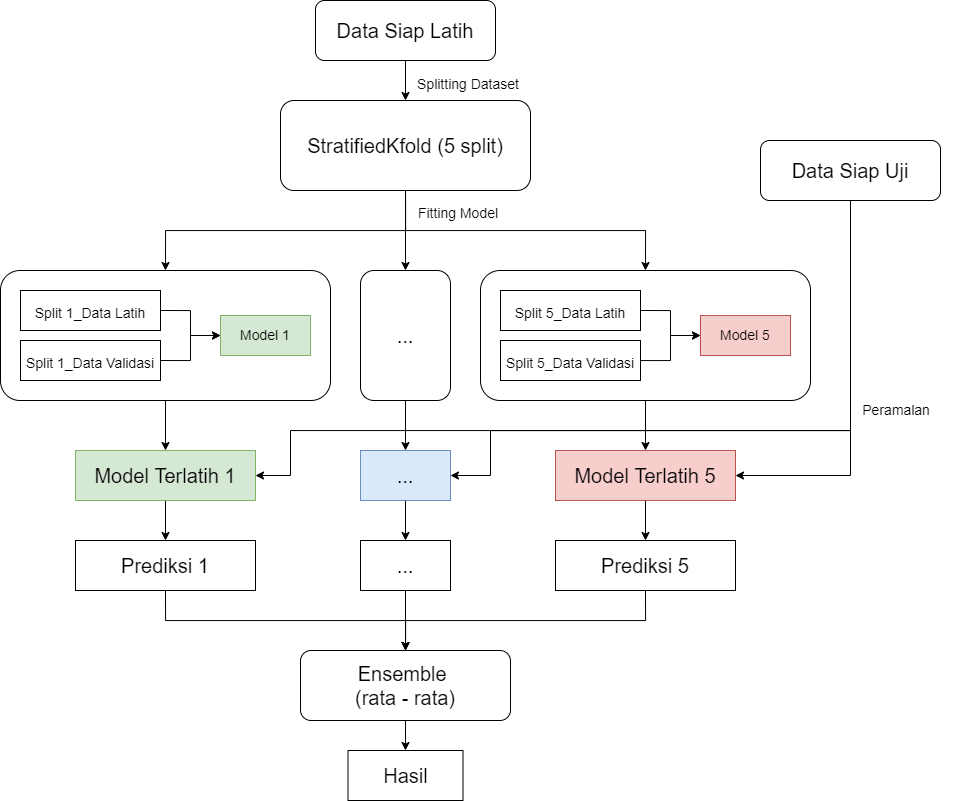
This is assets/modelling-gender.png from Hyuto/bdc-2021, a draw.io export, as it was before one commit. Source tidied: cells renumbered, new cells last; positions are measured from the earlier drawing's top-left corner, leaving out a move shared by most shapes. Its diagram source:
```xml
<mxGraphModel>
  <root>
    <mxCell id="0" />
    <mxCell id="1" parent="0" />
    <mxCell id="2" style="edgeStyle=orthogonalEdgeStyle;rounded=0;jettySize=auto;html=1;fontSize=14;" parent="1" edge="1" source="3" target="11">
      <mxGeometry relative="1" as="geometry" />
    </mxCell>
    <mxCell id="3" value="Data Siap Latih" style="rounded=1;whiteSpace=wrap;html=1;fontSize=20;" parent="1" vertex="1">
      <mxGeometry x="315" width="180" height="60" as="geometry" />
    </mxCell>
    <mxCell id="4" style="edgeStyle=orthogonalEdgeStyle;rounded=0;jettySize=auto;html=1;exitX=0.5;exitY=1;exitDx=0;exitDy=0;entryX=1;entryY=0.5;entryDx=0;entryDy=0;fontSize=20;" parent="1" edge="1" source="7" target="32">
      <mxGeometry relative="1" as="geometry" />
    </mxCell>
    <mxCell id="5" style="edgeStyle=orthogonalEdgeStyle;rounded=0;jettySize=auto;html=1;exitX=0.5;exitY=1;exitDx=0;exitDy=0;entryX=1;entryY=0.5;entryDx=0;entryDy=0;fontSize=20;" parent="1" edge="1" source="7" target="34">
      <mxGeometry relative="1" as="geometry">
        <Array as="points">
          <mxPoint x="850" y="430" />
          <mxPoint x="490" y="430" />
          <mxPoint x="490" y="475" />
        </Array>
      </mxGeometry>
    </mxCell>
    <mxCell id="6" style="edgeStyle=orthogonalEdgeStyle;rounded=0;jettySize=auto;html=1;exitX=0.5;exitY=1;exitDx=0;exitDy=0;entryX=1;entryY=0.5;entryDx=0;entryDy=0;fontSize=20;" parent="1" edge="1" source="7" target="30">
      <mxGeometry relative="1" as="geometry">
        <Array as="points">
          <mxPoint x="850" y="430" />
          <mxPoint x="290" y="430" />
          <mxPoint x="290" y="475" />
        </Array>
      </mxGeometry>
    </mxCell>
    <mxCell id="7" value="Data Siap Uji" style="rounded=1;whiteSpace=wrap;html=1;fontSize=20;" parent="1" vertex="1">
      <mxGeometry x="760" y="140" width="180" height="60" as="geometry" />
    </mxCell>
    <mxCell id="8" style="edgeStyle=orthogonalEdgeStyle;rounded=0;jettySize=auto;html=1;entryX=0.5;entryY=0;entryDx=0;entryDy=0;fontSize=14;" parent="1" edge="1" source="11" target="13">
      <mxGeometry relative="1" as="geometry" />
    </mxCell>
    <mxCell id="9" style="edgeStyle=orthogonalEdgeStyle;rounded=0;jettySize=auto;html=1;exitX=0.5;exitY=1;exitDx=0;exitDy=0;entryX=0.5;entryY=0;entryDx=0;entryDy=0;fontSize=14;" parent="1" edge="1" source="11" target="28">
      <mxGeometry relative="1" as="geometry" />
    </mxCell>
    <mxCell id="10" style="edgeStyle=orthogonalEdgeStyle;rounded=0;jettySize=auto;html=1;exitX=0.5;exitY=1;exitDx=0;exitDy=0;entryX=0.5;entryY=0;entryDx=0;entryDy=0;fontSize=14;" parent="1" edge="1" source="11" target="21">
      <mxGeometry relative="1" as="geometry" />
    </mxCell>
    <mxCell id="11" value="StratifiedKfold (5 split)" style="rounded=1;whiteSpace=wrap;html=1;fontSize=20;" parent="1" vertex="1">
      <mxGeometry x="280" y="100" width="250" height="90" as="geometry" />
    </mxCell>
    <mxCell id="12" style="edgeStyle=orthogonalEdgeStyle;rounded=0;jettySize=auto;html=1;exitX=0.5;exitY=1;exitDx=0;exitDy=0;entryX=0.5;entryY=0;entryDx=0;entryDy=0;fontSize=20;" parent="1" edge="1" source="13" target="30">
      <mxGeometry relative="1" as="geometry" />
    </mxCell>
    <mxCell id="13" style="rounded=1;whiteSpace=wrap;html=1;fontSize=20;" parent="1" vertex="1">
      <mxGeometry y="270" width="330" height="130" as="geometry" />
    </mxCell>
    <mxCell id="14" style="edgeStyle=orthogonalEdgeStyle;rounded=0;jettySize=auto;html=1;exitX=1;exitY=0.5;exitDx=0;exitDy=0;entryX=0;entryY=0.5;entryDx=0;entryDy=0;fontSize=14;" parent="1" edge="1" source="15" target="18">
      <mxGeometry relative="1" as="geometry" />
    </mxCell>
    <mxCell id="15" value="&lt;font style=&quot;font-size: 14px&quot;&gt;Split 1_Data Latih&lt;/font&gt;" style="rounded=0;whiteSpace=wrap;html=1;fontSize=20;align=center;" parent="1" vertex="1">
      <mxGeometry x="20" y="290" width="140" height="40" as="geometry" />
    </mxCell>
    <mxCell id="16" style="edgeStyle=orthogonalEdgeStyle;rounded=0;jettySize=auto;html=1;exitX=1;exitY=0.5;exitDx=0;exitDy=0;entryX=0;entryY=0.5;entryDx=0;entryDy=0;fontSize=14;" parent="1" edge="1" source="17" target="18">
      <mxGeometry relative="1" as="geometry" />
    </mxCell>
    <mxCell id="17" value="&lt;font style=&quot;font-size: 14px&quot;&gt;Split 1_Data Validasi&lt;/font&gt;" style="rounded=0;whiteSpace=wrap;html=1;fontSize=20;" parent="1" vertex="1">
      <mxGeometry x="20" y="340" width="140" height="40" as="geometry" />
    </mxCell>
    <mxCell id="18" value="Model 1" style="rounded=0;whiteSpace=wrap;html=1;fontSize=14;align=center;fillColor=#d5e8d4;strokeColor=#82b366;" parent="1" vertex="1">
      <mxGeometry x="220" y="315" width="90" height="40" as="geometry" />
    </mxCell>
    <mxCell id="19" style="edgeStyle=orthogonalEdgeStyle;rounded=0;jettySize=auto;html=1;exitX=0.5;exitY=1;exitDx=0;exitDy=0;fontSize=20;" parent="1" edge="1" source="21">
      <mxGeometry relative="1" as="geometry">
        <mxPoint x="644.7" y="400.3" as="targetPoint" />
      </mxGeometry>
    </mxCell>
    <mxCell id="20" style="edgeStyle=orthogonalEdgeStyle;rounded=0;jettySize=auto;html=1;exitX=0.5;exitY=1;exitDx=0;exitDy=0;entryX=0.5;entryY=0;entryDx=0;entryDy=0;fontSize=20;" parent="1" edge="1" source="21" target="32">
      <mxGeometry relative="1" as="geometry" />
    </mxCell>
    <mxCell id="21" style="rounded=1;whiteSpace=wrap;html=1;fontSize=20;" parent="1" vertex="1">
      <mxGeometry x="480" y="270" width="330" height="130" as="geometry" />
    </mxCell>
    <mxCell id="22" style="edgeStyle=orthogonalEdgeStyle;rounded=0;jettySize=auto;html=1;exitX=1;exitY=0.5;exitDx=0;exitDy=0;entryX=0;entryY=0.5;entryDx=0;entryDy=0;fontSize=14;" parent="1" edge="1" source="23" target="26">
      <mxGeometry relative="1" as="geometry" />
    </mxCell>
    <mxCell id="23" value="&lt;font style=&quot;font-size: 14px&quot;&gt;Split 5_Data Latih&lt;/font&gt;" style="rounded=0;whiteSpace=wrap;html=1;fontSize=20;align=center;" parent="1" vertex="1">
      <mxGeometry x="500" y="290" width="140" height="40" as="geometry" />
    </mxCell>
    <mxCell id="24" style="edgeStyle=orthogonalEdgeStyle;rounded=0;jettySize=auto;html=1;entryX=0;entryY=0.5;entryDx=0;entryDy=0;fontSize=14;" parent="1" edge="1" source="25" target="26">
      <mxGeometry relative="1" as="geometry" />
    </mxCell>
    <mxCell id="25" value="&lt;font style=&quot;font-size: 14px&quot;&gt;Split 5_Data Validasi&lt;/font&gt;" style="rounded=0;whiteSpace=wrap;html=1;fontSize=20;" parent="1" vertex="1">
      <mxGeometry x="500" y="340" width="140" height="40" as="geometry" />
    </mxCell>
    <mxCell id="26" value="Model 5" style="rounded=0;whiteSpace=wrap;html=1;fontSize=14;align=center;fillColor=#f8cecc;strokeColor=#b85450;" parent="1" vertex="1">
      <mxGeometry x="700" y="315" width="90" height="40" as="geometry" />
    </mxCell>
    <mxCell id="27" style="edgeStyle=orthogonalEdgeStyle;rounded=0;jettySize=auto;html=1;exitX=0.5;exitY=1;exitDx=0;exitDy=0;entryX=0.5;entryY=0;entryDx=0;entryDy=0;fontSize=20;" parent="1" edge="1" source="28" target="34">
      <mxGeometry relative="1" as="geometry" />
    </mxCell>
    <mxCell id="28" value="..." style="rounded=1;whiteSpace=wrap;html=1;fontSize=20;" parent="1" vertex="1">
      <mxGeometry x="360" y="270" width="90" height="130" as="geometry" />
    </mxCell>
    <mxCell id="29" style="edgeStyle=orthogonalEdgeStyle;rounded=0;jettySize=auto;html=1;exitX=0.5;exitY=1;exitDx=0;exitDy=0;fontSize=20;" parent="1" edge="1" source="30" target="36">
      <mxGeometry relative="1" as="geometry" />
    </mxCell>
    <mxCell id="30" value="&lt;font style=&quot;font-size: 20px;&quot;&gt;Model Terlatih 1&lt;/font&gt;" style="rounded=0;whiteSpace=wrap;html=1;fontSize=20;align=center;fillColor=#d5e8d4;strokeColor=#82b366;" parent="1" vertex="1">
      <mxGeometry x="75" y="450" width="180" height="50" as="geometry" />
    </mxCell>
    <mxCell id="31" style="edgeStyle=orthogonalEdgeStyle;rounded=0;jettySize=auto;html=1;exitX=0.5;exitY=1;exitDx=0;exitDy=0;entryX=0.5;entryY=0;entryDx=0;entryDy=0;fontSize=20;" parent="1" edge="1" source="32" target="38">
      <mxGeometry relative="1" as="geometry" />
    </mxCell>
    <mxCell id="32" value="&lt;font style=&quot;font-size: 20px&quot;&gt;Model Terlatih 5&lt;/font&gt;" style="rounded=0;whiteSpace=wrap;html=1;fontSize=20;align=center;fillColor=#f8cecc;strokeColor=#b85450;" parent="1" vertex="1">
      <mxGeometry x="555" y="450" width="180" height="50" as="geometry" />
    </mxCell>
    <mxCell id="33" style="edgeStyle=orthogonalEdgeStyle;rounded=0;jettySize=auto;html=1;exitX=0.5;exitY=1;exitDx=0;exitDy=0;fontSize=20;entryX=0.5;entryY=0;entryDx=0;entryDy=0;" parent="1" edge="1" source="34" target="40">
      <mxGeometry relative="1" as="geometry" />
    </mxCell>
    <mxCell id="34" value="&lt;font style=&quot;font-size: 20px&quot;&gt;...&lt;/font&gt;" style="rounded=0;whiteSpace=wrap;html=1;fontSize=20;align=center;fillColor=#dae8fc;strokeColor=#6c8ebf;" parent="1" vertex="1">
      <mxGeometry x="360" y="450" width="90" height="50" as="geometry" />
    </mxCell>
    <mxCell id="35" style="edgeStyle=orthogonalEdgeStyle;rounded=0;jettySize=auto;html=1;exitX=0.5;exitY=1;exitDx=0;exitDy=0;fontSize=20;" parent="1" edge="1" source="36" target="42">
      <mxGeometry relative="1" as="geometry" />
    </mxCell>
    <mxCell id="36" value="&lt;font style=&quot;font-size: 20px&quot;&gt;Prediksi 1&lt;/font&gt;" style="rounded=0;whiteSpace=wrap;html=1;fontSize=20;align=center;" parent="1" vertex="1">
      <mxGeometry x="75" y="540" width="180" height="50" as="geometry" />
    </mxCell>
    <mxCell id="37" style="edgeStyle=orthogonalEdgeStyle;rounded=0;jettySize=auto;html=1;exitX=0.5;exitY=1;exitDx=0;exitDy=0;entryX=0.5;entryY=0;entryDx=0;entryDy=0;fontSize=20;" parent="1" edge="1" source="38" target="42">
      <mxGeometry relative="1" as="geometry" />
    </mxCell>
    <mxCell id="38" value="&lt;font style=&quot;font-size: 20px&quot;&gt;Prediksi 5&lt;/font&gt;" style="rounded=0;whiteSpace=wrap;html=1;fontSize=20;align=center;" parent="1" vertex="1">
      <mxGeometry x="555" y="540" width="180" height="50" as="geometry" />
    </mxCell>
    <mxCell id="39" style="edgeStyle=orthogonalEdgeStyle;rounded=0;jettySize=auto;html=1;exitX=0.5;exitY=1;exitDx=0;exitDy=0;entryX=0.5;entryY=0;entryDx=0;entryDy=0;fontSize=20;" parent="1" edge="1" source="40" target="42">
      <mxGeometry relative="1" as="geometry" />
    </mxCell>
    <mxCell id="40" value="&lt;font style=&quot;font-size: 20px&quot;&gt;...&lt;/font&gt;" style="rounded=0;whiteSpace=wrap;html=1;fontSize=20;align=center;" parent="1" vertex="1">
      <mxGeometry x="360" y="540" width="90" height="50" as="geometry" />
    </mxCell>
    <mxCell id="41" style="edgeStyle=orthogonalEdgeStyle;rounded=0;jettySize=auto;html=1;exitX=0.5;exitY=1;exitDx=0;exitDy=0;entryX=0.5;entryY=0;entryDx=0;entryDy=0;fontSize=20;" parent="1" edge="1" source="42" target="43">
      <mxGeometry relative="1" as="geometry" />
    </mxCell>
    <mxCell id="42" value="Ensemble &lt;br&gt;(rata - rata)" style="rounded=1;whiteSpace=wrap;html=1;fontSize=20;" parent="1" vertex="1">
      <mxGeometry x="300" y="650" width="210" height="70" as="geometry" />
    </mxCell>
    <mxCell id="43" value="Hasil" style="rounded=0;whiteSpace=wrap;html=1;fontSize=20;align=center;" parent="1" vertex="1">
      <mxGeometry x="347.5" y="750" width="115" height="50" as="geometry" />
    </mxCell>
    <mxCell id="44" value="&lt;font style=&quot;font-size: 14px&quot;&gt;Splitting Dataset&lt;/font&gt;" style="text;html=1;strokeColor=none;fillColor=none;align=center;verticalAlign=middle;whiteSpace=wrap;rounded=0;fontSize=20;" parent="1" vertex="1">
      <mxGeometry x="398" y="66" width="140" height="30" as="geometry" />
    </mxCell>
    <mxCell id="45" value="&lt;font style=&quot;font-size: 14px&quot;&gt;Fitting Model&lt;/font&gt;" style="text;html=1;strokeColor=none;fillColor=none;align=center;verticalAlign=middle;whiteSpace=wrap;rounded=0;fontSize=20;" parent="1" vertex="1">
      <mxGeometry x="388" y="195" width="140" height="30" as="geometry" />
    </mxCell>
    <mxCell id="46" value="&lt;font style=&quot;font-size: 14px&quot;&gt;Peramalan&lt;/font&gt;" style="text;html=1;strokeColor=none;fillColor=none;align=center;verticalAlign=middle;whiteSpace=wrap;rounded=0;fontSize=20;" parent="1" vertex="1">
      <mxGeometry x="826" y="392" width="140" height="30" as="geometry" />
    </mxCell>
  </root>
</mxGraphModel>
```
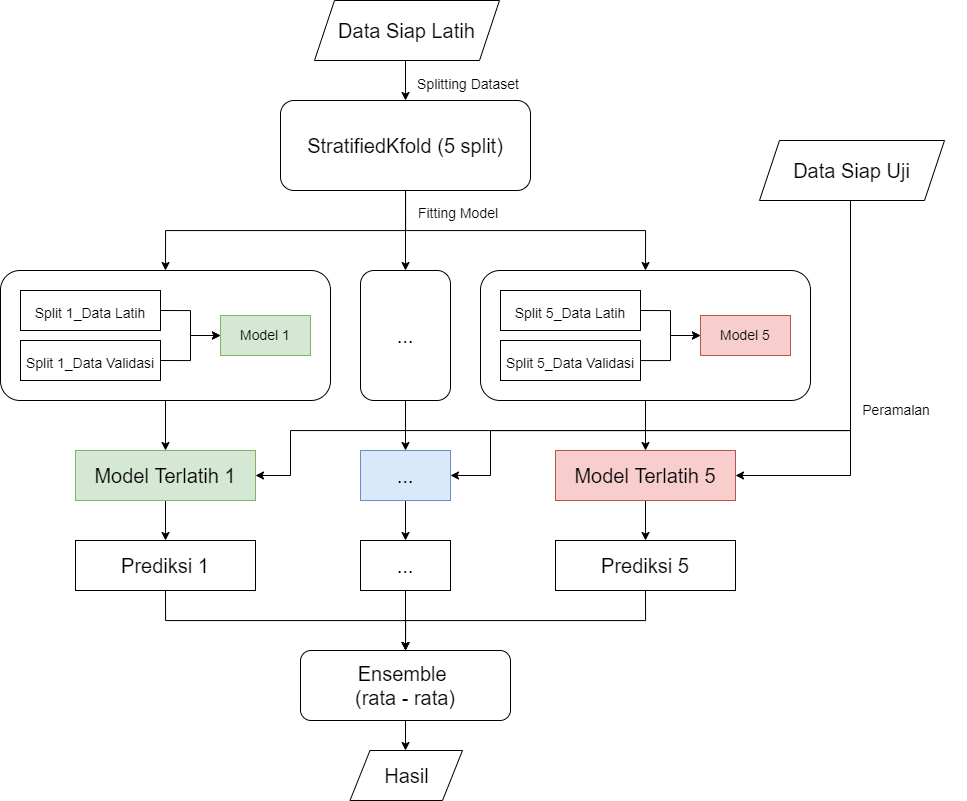
Later version of the same file.

What changed in the source:
```diff
@@ -2,17 +2,22 @@
   <root>
     <mxCell id="0" />
     <mxCell id="1" parent="0" />
-    <mxCell id="2" style="edgeStyle=orthogonalEdgeStyle;rounded=0;jettySize=auto;html=1;fontSize=14;" parent="1" edge="1" source="3" target="11">
-      <mxGeometry relative="1" as="geometry" />
+    <mxCell id="2" style="edgeStyle=orthogonalEdgeStyle;rounded=0;jettySize=auto;html=1;fontSize=14;" parent="1" edge="1" target="11">
+      <mxGeometry relative="1" as="geometry">
+        <mxPoint x="405" y="60" as="sourcePoint" />
+      </mxGeometry>
     </mxCell>
-    <mxCell id="3" value="Data Siap Latih" style="rounded=1;whiteSpace=wrap;html=1;fontSize=20;" parent="1" vertex="1">
-      <mxGeometry x="315" width="180" height="60" as="geometry" />
-    </mxCell>
-    <mxCell id="4" style="edgeStyle=orthogonalEdgeStyle;rounded=0;jettySize=auto;html=1;exitX=0.5;exitY=1;exitDx=0;exitDy=0;entryX=1;entryY=0.5;entryDx=0;entryDy=0;fontSize=20;" parent="1" edge="1" source="7" target="32">
-      <mxGeometry relative="1" as="geometry" />
+    <mxCell id="4" style="edgeStyle=orthogonalEdgeStyle;rounded=0;jettySize=auto;html=1;exitX=0.5;exitY=1;exitDx=0;exitDy=0;entryX=1;entryY=0.5;entryDx=0;entryDy=0;fontSize=20;" parent="1" edge="1" target="32">
+      <mxGeometry relative="1" as="geometry">
+        <mxPoint x="850" y="200" as="sourcePoint" />
+        <Array as="points">
+          <mxPoint x="850" y="475" />
+        </Array>
+      </mxGeometry>
     </mxCell>
-    <mxCell id="5" style="edgeStyle=orthogonalEdgeStyle;rounded=0;jettySize=auto;html=1;exitX=0.5;exitY=1;exitDx=0;exitDy=0;entryX=1;entryY=0.5;entryDx=0;entryDy=0;fontSize=20;" parent="1" edge="1" source="7" target="34">
+    <mxCell id="5" style="edgeStyle=orthogonalEdgeStyle;rounded=0;jettySize=auto;html=1;exitX=0.5;exitY=1;exitDx=0;exitDy=0;entryX=1;entryY=0.5;entryDx=0;entryDy=0;fontSize=20;" parent="1" edge="1" target="34">
       <mxGeometry relative="1" as="geometry">
+        <mxPoint x="850" y="200" as="sourcePoint" />
         <Array as="points">
           <mxPoint x="850" y="430" />
           <mxPoint x="490" y="430" />
@@ -20,8 +25,9 @@
         </Array>
       </mxGeometry>
     </mxCell>
-    <mxCell id="6" style="edgeStyle=orthogonalEdgeStyle;rounded=0;jettySize=auto;html=1;exitX=0.5;exitY=1;exitDx=0;exitDy=0;entryX=1;entryY=0.5;entryDx=0;entryDy=0;fontSize=20;" parent="1" edge="1" source="7" target="30">
+    <mxCell id="6" style="edgeStyle=orthogonalEdgeStyle;rounded=0;jettySize=auto;html=1;exitX=0.5;exitY=1;exitDx=0;exitDy=0;entryX=1;entryY=0.5;entryDx=0;entryDy=0;fontSize=20;" parent="1" edge="1" target="30">
       <mxGeometry relative="1" as="geometry">
+        <mxPoint x="850" y="200" as="sourcePoint" />
         <Array as="points">
           <mxPoint x="850" y="430" />
           <mxPoint x="290" y="430" />
@@ -29,9 +35,6 @@
         </Array>
       </mxGeometry>
     </mxCell>
-    <mxCell id="7" value="Data Siap Uji" style="rounded=1;whiteSpace=wrap;html=1;fontSize=20;" parent="1" vertex="1">
-      <mxGeometry x="760" y="140" width="180" height="60" as="geometry" />
-    </mxCell>
     <mxCell id="8" style="edgeStyle=orthogonalEdgeStyle;rounded=0;jettySize=auto;html=1;entryX=0.5;entryY=0;entryDx=0;entryDy=0;fontSize=14;" parent="1" edge="1" source="11" target="13">
       <mxGeometry relative="1" as="geometry" />
     </mxCell>
@@ -133,15 +136,14 @@
     <mxCell id="40" value="&lt;font style=&quot;font-size: 20px&quot;&gt;...&lt;/font&gt;" style="rounded=0;whiteSpace=wrap;html=1;fontSize=20;align=center;" parent="1" vertex="1">
       <mxGeometry x="360" y="540" width="90" height="50" as="geometry" />
     </mxCell>
-    <mxCell id="41" style="edgeStyle=orthogonalEdgeStyle;rounded=0;jettySize=auto;html=1;exitX=0.5;exitY=1;exitDx=0;exitDy=0;entryX=0.5;entryY=0;entryDx=0;entryDy=0;fontSize=20;" parent="1" edge="1" source="42" target="43">
-      <mxGeometry relative="1" as="geometry" />
+    <mxCell id="41" style="edgeStyle=orthogonalEdgeStyle;rounded=0;jettySize=auto;html=1;exitX=0.5;exitY=1;exitDx=0;exitDy=0;entryX=0.5;entryY=0;entryDx=0;entryDy=0;fontSize=20;" parent="1" edge="1" source="42">
+      <mxGeometry relative="1" as="geometry">
+        <mxPoint x="405" y="750" as="targetPoint" />
+      </mxGeometry>
     </mxCell>
     <mxCell id="42" value="Ensemble &lt;br&gt;(rata - rata)" style="rounded=1;whiteSpace=wrap;html=1;fontSize=20;" parent="1" vertex="1">
       <mxGeometry x="300" y="650" width="210" height="70" as="geometry" />
     </mxCell>
-    <mxCell id="43" value="Hasil" style="rounded=0;whiteSpace=wrap;html=1;fontSize=20;align=center;" parent="1" vertex="1">
-      <mxGeometry x="347.5" y="750" width="115" height="50" as="geometry" />
-    </mxCell>
     <mxCell id="44" value="&lt;font style=&quot;font-size: 14px&quot;&gt;Splitting Dataset&lt;/font&gt;" style="text;html=1;strokeColor=none;fillColor=none;align=center;verticalAlign=middle;whiteSpace=wrap;rounded=0;fontSize=20;" parent="1" vertex="1">
       <mxGeometry x="398" y="66" width="140" height="30" as="geometry" />
     </mxCell>
@@ -151,5 +153,14 @@
     <mxCell id="46" value="&lt;font style=&quot;font-size: 14px&quot;&gt;Peramalan&lt;/font&gt;" style="text;html=1;strokeColor=none;fillColor=none;align=center;verticalAlign=middle;whiteSpace=wrap;rounded=0;fontSize=20;" parent="1" vertex="1">
       <mxGeometry x="826" y="392" width="140" height="30" as="geometry" />
     </mxCell>
+    <mxCell id="3" value="Data Siap Latih" style="shape=parallelogram;perimeter=parallelogramPerimeter;whiteSpace=wrap;html=1;fixedSize=1;fontSize=20;" parent="1" vertex="1">
+      <mxGeometry x="314" width="185" height="60" as="geometry" />
+    </mxCell>
+    <mxCell id="7" value="Data Siap Uji" style="shape=parallelogram;perimeter=parallelogramPerimeter;whiteSpace=wrap;html=1;fixedSize=1;fontSize=20;" parent="1" vertex="1">
+      <mxGeometry x="759" y="140" width="185" height="60" as="geometry" />
+    </mxCell>
+    <mxCell id="43" value="Hasil" style="shape=parallelogram;perimeter=parallelogramPerimeter;whiteSpace=wrap;html=1;fixedSize=1;fontSize=20;" parent="1" vertex="1">
+      <mxGeometry x="349.5" y="750" width="112.5" height="50" as="geometry" />
+    </mxCell>
   </root>
 </mxGraphModel>
```
